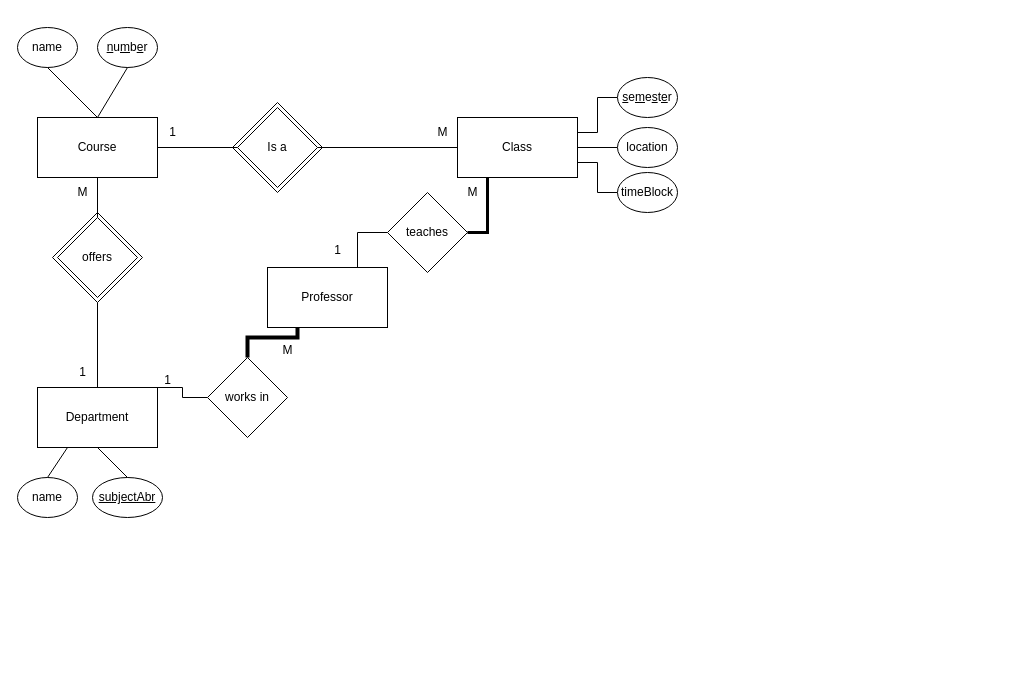
Branden-Frieden/MSD keeps this draw.io diagram as CS6016/Project/CS6016_Phase1.drawio. Above is the earlier version. Source tidied: cells renumbered, new cells numbered last; positions are measured from the earlier drawing's top-left corner, leaving out a move shared by most shapes. Both pictures are drawn from the tidied source at 100%, with x=0, y=0 at pixel (17, 27).
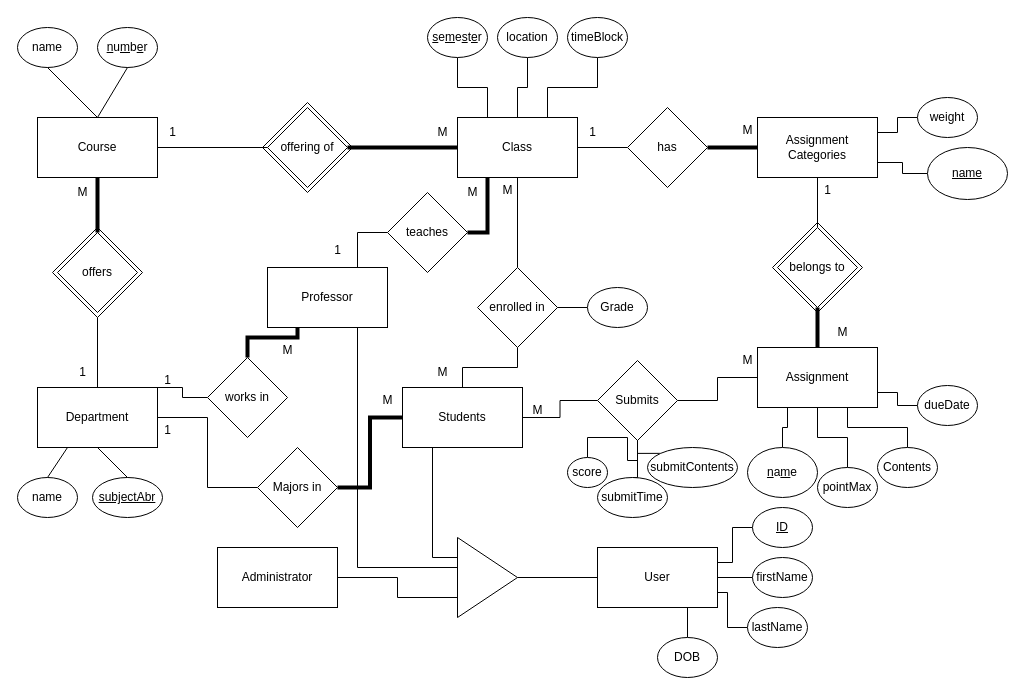
After the change.

The change refers to these unchanged cells:
```xml
<mxCell id="5" value="&lt;div&gt;Department&lt;/div&gt;" style="rounded=0;whiteSpace=wrap;html=1;" parent="1" vertex="1">
  <mxGeometry x="20" y="360" width="120" height="60" as="geometry" />
</mxCell>
<mxCell id="11" value="Course" style="rounded=0;whiteSpace=wrap;html=1;" parent="1" vertex="1">
  <mxGeometry x="20" y="90" width="120" height="60" as="geometry" />
</mxCell>
<mxCell id="21" value="Class" style="rounded=0;whiteSpace=wrap;html=1;" parent="1" vertex="1">
  <mxGeometry x="440" y="90" width="120" height="60" as="geometry" />
</mxCell>
<mxCell id="33" value="Professor" style="rounded=0;whiteSpace=wrap;html=1;" parent="1" vertex="1">
  <mxGeometry x="250" y="240" width="120" height="60" as="geometry" />
</mxCell>
<mxCell id="39" value="teaches" style="rhombus;whiteSpace=wrap;html=1;" parent="1" vertex="1">
  <mxGeometry x="370" y="165" width="80" height="80" as="geometry" />
</mxCell>
```

The edit, as a diff of the source:
```diff
@@
+    <mxCell id="42" style="rhombus;whiteSpace=wrap;html=1;" parent="1" vertex="1">
+      <mxGeometry x="755" y="195" width="90" height="90" as="geometry" />
+    </mxCell>
     <mxCell id="2" style="rhombus;whiteSpace=wrap;html=1;" parent="1" vertex="1">
-      <mxGeometry x="215" y="75" width="90" height="90" as="geometry" />
+      <mxGeometry x="245" y="75" width="90" height="90" as="geometry" />
     </mxCell>
     <mxCell id="3" style="rhombus;whiteSpace=wrap;html=1;" parent="1" vertex="1">
-      <mxGeometry x="35" y="185" width="90" height="90" as="geometry" />
+      <mxGeometry x="35" y="200" width="90" height="90" as="geometry" />
     </mxCell>
@@
     <mxCell id="16" value="offers" style="rhombus;whiteSpace=wrap;html=1;" parent="1" vertex="1">
-      <mxGeometry x="40" y="190" width="80" height="80" as="geometry" />
+      <mxGeometry x="40" y="205" width="80" height="80" as="geometry" />
     </mxCell>
@@
-    <mxCell id="18" style="endArrow=none;html=1;rounded=0;entryX=0.5;entryY=1;entryDx=0;entryDy=0;exitX=0.5;exitY=0;exitDx=0;exitDy=0;" parent="1" edge="1" source="16" target="11">
+    <mxCell id="18" style="endArrow=none;html=1;rounded=0;entryX=0.5;entryY=1;entryDx=0;entryDy=0;exitX=0.5;exitY=0;exitDx=0;exitDy=0;strokeWidth=4;" parent="1" edge="1" source="16" target="11">
       <mxGeometry relative="1" as="geometry" />
     </mxCell>
@@
+    <mxCell id="43" style="edgeStyle=orthogonalEdgeStyle;rounded=0;jettySize=auto;html=1;exitX=0.5;exitY=1;exitDx=0;exitDy=0;entryX=0.5;entryY=0;entryDx=0;entryDy=0;endArrow=none;endFill=0;" parent="1" edge="1" source="21" target="45">
+      <mxGeometry relative="1" as="geometry" />
+    </mxCell>
@@
-    <mxCell id="22" style="edgeStyle=orthogonalEdgeStyle;rounded=0;jettySize=auto;html=1;exitX=1;exitY=0.5;exitDx=0;exitDy=0;endArrow=none;endFill=0;entryX=0;entryY=0.5;entryDx=0;entryDy=0;" parent="1" edge="1" source="23" target="21">
+    <mxCell id="22" style="edgeStyle=orthogonalEdgeStyle;rounded=0;jettySize=auto;html=1;exitX=1;exitY=0.5;exitDx=0;exitDy=0;endArrow=none;endFill=0;entryX=0;entryY=0.5;entryDx=0;entryDy=0;strokeWidth=4;" parent="1" edge="1" source="23" target="21">
       <mxGeometry relative="1" as="geometry" />
     </mxCell>
-    <mxCell id="23" value="Is a" style="rhombus;whiteSpace=wrap;html=1;" parent="1" vertex="1">
-      <mxGeometry x="220" y="80" width="80" height="80" as="geometry" />
+    <mxCell id="23" value="offering of" style="rhombus;whiteSpace=wrap;html=1;" parent="1" vertex="1">
+      <mxGeometry x="250" y="80" width="80" height="80" as="geometry" />
     </mxCell>
@@
-    <mxCell id="26" style="edgeStyle=orthogonalEdgeStyle;rounded=0;jettySize=auto;html=1;exitX=0;exitY=0.5;exitDx=0;exitDy=0;entryX=1;entryY=0.25;entryDx=0;entryDy=0;endArrow=none;endFill=0;" parent="1" edge="1" source="27" target="21">
+    <mxCell id="26" style="edgeStyle=orthogonalEdgeStyle;rounded=0;jettySize=auto;html=1;exitX=0.5;exitY=1;exitDx=0;exitDy=0;entryX=0.25;entryY=0;entryDx=0;entryDy=0;endArrow=none;endFill=0;" parent="1" edge="1" source="27" target="21">
       <mxGeometry relative="1" as="geometry" />
     </mxCell>
     <mxCell id="27" value="&lt;u&gt;s&lt;/u&gt;e&lt;u&gt;m&lt;/u&gt;e&lt;u&gt;s&lt;/u&gt;t&lt;u&gt;e&lt;/u&gt;r" style="ellipse;whiteSpace=wrap;html=1;" parent="1" vertex="1">
-      <mxGeometry x="600" y="50" width="60" height="40" as="geometry" />
+      <mxGeometry x="410" y="-10" width="60" height="40" as="geometry" />
     </mxCell>
-    <mxCell id="28" style="edgeStyle=orthogonalEdgeStyle;rounded=0;jettySize=auto;html=1;exitX=0;exitY=0.5;exitDx=0;exitDy=0;entryX=1;entryY=0.5;entryDx=0;entryDy=0;endArrow=none;endFill=0;" parent="1" edge="1" source="29" target="21">
+    <mxCell id="28" style="edgeStyle=orthogonalEdgeStyle;rounded=0;jettySize=auto;html=1;exitX=0.5;exitY=1;exitDx=0;exitDy=0;entryX=0.5;entryY=0;entryDx=0;entryDy=0;endArrow=none;endFill=0;" parent="1" edge="1" source="29" target="21">
       <mxGeometry relative="1" as="geometry" />
     </mxCell>
     <mxCell id="29" value="location" style="ellipse;whiteSpace=wrap;html=1;" parent="1" vertex="1">
-      <mxGeometry x="600" y="100" width="60" height="40" as="geometry" />
+      <mxGeometry x="480" y="-10" width="60" height="40" as="geometry" />
     </mxCell>
-    <mxCell id="30" style="edgeStyle=orthogonalEdgeStyle;rounded=0;jettySize=auto;html=1;exitX=0;exitY=0.5;exitDx=0;exitDy=0;entryX=1;entryY=0.75;entryDx=0;entryDy=0;endArrow=none;endFill=0;" parent="1" edge="1" source="31" target="21">
+    <mxCell id="30" style="edgeStyle=orthogonalEdgeStyle;rounded=0;jettySize=auto;html=1;exitX=0.5;exitY=1;exitDx=0;exitDy=0;entryX=0.75;entryY=0;entryDx=0;entryDy=0;endArrow=none;endFill=0;" parent="1" edge="1" source="31" target="21">
       <mxGeometry relative="1" as="geometry" />
     </mxCell>
     <mxCell id="31" value="timeBlock" style="ellipse;whiteSpace=wrap;html=1;" parent="1" vertex="1">
-      <mxGeometry x="600" y="145" width="60" height="40" as="geometry" />
+      <mxGeometry x="550" y="-10" width="60" height="40" as="geometry" />
     </mxCell>
@@
-    <mxCell id="38" style="edgeStyle=orthogonalEdgeStyle;rounded=0;jettySize=auto;html=1;exitX=1;exitY=0.5;exitDx=0;exitDy=0;entryX=0.25;entryY=1;entryDx=0;entryDy=0;endArrow=none;endFill=0;strokeWidth=3;" parent="1" edge="1" source="39" target="21">
+    <mxCell id="38" style="edgeStyle=orthogonalEdgeStyle;rounded=0;jettySize=auto;html=1;exitX=1;exitY=0.5;exitDx=0;exitDy=0;entryX=0.25;entryY=1;entryDx=0;entryDy=0;endArrow=none;endFill=0;strokeWidth=4;" parent="1" edge="1" source="39" target="21">
       <mxGeometry relative="1" as="geometry" />
     </mxCell>
@@
+    <mxCell id="44" style="edgeStyle=orthogonalEdgeStyle;rounded=0;jettySize=auto;html=1;exitX=0.5;exitY=1;exitDx=0;exitDy=0;entryX=0.5;entryY=0;entryDx=0;entryDy=0;endArrow=none;endFill=0;" parent="1" edge="1" source="45" target="47">
+      <mxGeometry relative="1" as="geometry" />
+    </mxCell>
+    <mxCell id="45" value="enrolled in" style="rhombus;whiteSpace=wrap;html=1;" parent="1" vertex="1">
+      <mxGeometry x="460" y="240" width="80" height="80" as="geometry" />
+    </mxCell>
+    <mxCell id="46" style="edgeStyle=orthogonalEdgeStyle;rounded=0;jettySize=auto;html=1;exitX=1;exitY=0.5;exitDx=0;exitDy=0;entryX=0;entryY=0.5;entryDx=0;entryDy=0;endArrow=none;endFill=0;" parent="1" edge="1" source="47" target="80">
+      <mxGeometry relative="1" as="geometry" />
+    </mxCell>
+    <mxCell id="47" value="&lt;div&gt;Students&lt;/div&gt;" style="rounded=0;whiteSpace=wrap;html=1;" parent="1" vertex="1">
+      <mxGeometry x="385" y="360" width="120" height="60" as="geometry" />
+    </mxCell>
+    <mxCell id="48" style="edgeStyle=orthogonalEdgeStyle;rounded=0;jettySize=auto;html=1;exitX=0;exitY=0.5;exitDx=0;exitDy=0;entryX=1;entryY=0.5;entryDx=0;entryDy=0;endArrow=none;endFill=0;" parent="1" edge="1" source="49" target="45">
+      <mxGeometry relative="1" as="geometry" />
+    </mxCell>
+    <mxCell id="49" value="Grade" style="ellipse;whiteSpace=wrap;html=1;" parent="1" vertex="1">
+      <mxGeometry x="570" y="260" width="60" height="40" as="geometry" />
+    </mxCell>
+    <mxCell id="50" value="M" style="text;html=1;align=center;verticalAlign=middle;strokeColor=none;fillColor=none;" parent="1" vertex="1">
+      <mxGeometry x="475" y="148" width="30" height="30" as="geometry" />
+    </mxCell>
+    <mxCell id="51" value="M" style="text;html=1;align=center;verticalAlign=middle;strokeColor=none;fillColor=none;" parent="1" vertex="1">
+      <mxGeometry x="410" y="330" width="30" height="30" as="geometry" />
+    </mxCell>
+    <mxCell id="52" value="Assignment Categories" style="rounded=0;whiteSpace=wrap;html=1;" parent="1" vertex="1">
+      <mxGeometry x="740" y="90" width="120" height="60" as="geometry" />
+    </mxCell>
+    <mxCell id="53" style="edgeStyle=orthogonalEdgeStyle;rounded=0;jettySize=auto;html=1;exitX=0;exitY=0.5;exitDx=0;exitDy=0;entryX=1;entryY=0.25;entryDx=0;entryDy=0;endArrow=none;endFill=0;" parent="1" edge="1" source="54" target="52">
+      <mxGeometry relative="1" as="geometry" />
+    </mxCell>
+    <mxCell id="54" value="weight" style="ellipse;whiteSpace=wrap;html=1;" parent="1" vertex="1">
+      <mxGeometry x="900" y="70" width="60" height="40" as="geometry" />
+    </mxCell>
+    <mxCell id="55" style="edgeStyle=orthogonalEdgeStyle;rounded=0;jettySize=auto;html=1;exitX=0;exitY=0.5;exitDx=0;exitDy=0;entryX=1;entryY=0.5;entryDx=0;entryDy=0;endArrow=none;endFill=0;" parent="1" edge="1" source="57" target="21">
+      <mxGeometry relative="1" as="geometry" />
+    </mxCell>
+    <mxCell id="56" style="edgeStyle=orthogonalEdgeStyle;rounded=0;jettySize=auto;html=1;exitX=1;exitY=0.5;exitDx=0;exitDy=0;entryX=0;entryY=0.5;entryDx=0;entryDy=0;endArrow=none;endFill=0;strokeWidth=4;" parent="1" edge="1" source="57" target="52">
+      <mxGeometry relative="1" as="geometry" />
+    </mxCell>
+    <mxCell id="57" value="has" style="rhombus;whiteSpace=wrap;html=1;" parent="1" vertex="1">
+      <mxGeometry x="610" y="80" width="80" height="80" as="geometry" />
+    </mxCell>
+    <mxCell id="58" value="M" style="text;html=1;align=center;verticalAlign=middle;strokeColor=none;fillColor=none;strokeWidth=3;" parent="1" vertex="1">
+      <mxGeometry x="715" y="88" width="30" height="30" as="geometry" />
+    </mxCell>
+    <mxCell id="59" value="1" style="text;html=1;align=center;verticalAlign=middle;strokeColor=none;fillColor=none;" parent="1" vertex="1">
+      <mxGeometry x="560" y="90" width="30" height="30" as="geometry" />
+    </mxCell>
+    <mxCell id="60" style="edgeStyle=orthogonalEdgeStyle;rounded=0;jettySize=auto;html=1;exitX=1;exitY=0.5;exitDx=0;exitDy=0;entryX=0;entryY=0.5;entryDx=0;entryDy=0;endArrow=none;endFill=0;strokeWidth=4;" parent="1" edge="1" source="62" target="47">
+      <mxGeometry relative="1" as="geometry" />
+    </mxCell>
+    <mxCell id="61" style="edgeStyle=orthogonalEdgeStyle;rounded=0;jettySize=auto;html=1;exitX=0;exitY=0.5;exitDx=0;exitDy=0;entryX=1;entryY=0.5;entryDx=0;entryDy=0;endArrow=none;endFill=0;" parent="1" edge="1" source="62" target="5">
+      <mxGeometry relative="1" as="geometry" />
+    </mxCell>
+    <mxCell id="62" value="Majors in" style="rhombus;whiteSpace=wrap;html=1;" parent="1" vertex="1">
+      <mxGeometry x="240" y="420" width="80" height="80" as="geometry" />
+    </mxCell>
+    <mxCell id="63" value="M" style="text;html=1;align=center;verticalAlign=middle;strokeColor=none;fillColor=none;" parent="1" vertex="1">
+      <mxGeometry x="355" y="358" width="30" height="30" as="geometry" />
+    </mxCell>
+    <mxCell id="64" value="1" style="text;html=1;align=center;verticalAlign=middle;strokeColor=none;fillColor=none;" parent="1" vertex="1">
+      <mxGeometry x="135" y="388" width="30" height="30" as="geometry" />
+    </mxCell>
+    <mxCell id="65" style="edgeStyle=orthogonalEdgeStyle;rounded=0;jettySize=auto;html=1;exitX=0.5;exitY=0;exitDx=0;exitDy=0;entryX=0.5;entryY=1;entryDx=0;entryDy=0;endArrow=none;endFill=0;" parent="1" edge="1" source="67" target="52">
+      <mxGeometry relative="1" as="geometry" />
+    </mxCell>
+    <mxCell id="66" style="edgeStyle=orthogonalEdgeStyle;rounded=0;jettySize=auto;html=1;endArrow=none;endFill=0;strokeWidth=4;" parent="1" edge="1" source="67" target="68">
+      <mxGeometry relative="1" as="geometry" />
+    </mxCell>
+    <mxCell id="67" value="belongs to" style="rhombus;whiteSpace=wrap;html=1;" parent="1" vertex="1">
+      <mxGeometry x="760" y="200" width="80" height="80" as="geometry" />
+    </mxCell>
+    <mxCell id="68" value="Assignment" style="rounded=0;whiteSpace=wrap;html=1;" parent="1" vertex="1">
+      <mxGeometry x="740" y="320" width="120" height="60" as="geometry" />
+    </mxCell>
+    <mxCell id="69" value="1" style="text;html=1;align=center;verticalAlign=middle;strokeColor=none;fillColor=none;" parent="1" vertex="1">
+      <mxGeometry x="795" y="148" width="30" height="30" as="geometry" />
+    </mxCell>
+    <mxCell id="70" value="M" style="text;html=1;align=center;verticalAlign=middle;strokeColor=none;fillColor=none;" parent="1" vertex="1">
+      <mxGeometry x="810" y="290" width="30" height="30" as="geometry" />
+    </mxCell>
+    <mxCell id="71" style="edgeStyle=orthogonalEdgeStyle;rounded=0;jettySize=auto;html=1;exitX=0.5;exitY=0;exitDx=0;exitDy=0;entryX=0.25;entryY=1;entryDx=0;entryDy=0;endArrow=none;endFill=0;" parent="1" edge="1" source="72" target="68">
+      <mxGeometry relative="1" as="geometry" />
+    </mxCell>
+    <mxCell id="72" value="&lt;u&gt;n&lt;/u&gt;a&lt;u&gt;m&lt;/u&gt;e" style="ellipse;whiteSpace=wrap;html=1;" parent="1" vertex="1">
+      <mxGeometry x="730" y="420" width="70" height="50" as="geometry" />
+    </mxCell>
+    <mxCell id="73" style="edgeStyle=orthogonalEdgeStyle;rounded=0;jettySize=auto;html=1;exitX=0.5;exitY=0;exitDx=0;exitDy=0;entryX=0.5;entryY=1;entryDx=0;entryDy=0;endArrow=none;endFill=0;" parent="1" edge="1" source="74" target="68">
+      <mxGeometry relative="1" as="geometry" />
+    </mxCell>
+    <mxCell id="74" value="pointMax" style="ellipse;whiteSpace=wrap;html=1;" parent="1" vertex="1">
+      <mxGeometry x="800" y="440" width="60" height="40" as="geometry" />
+    </mxCell>
+    <mxCell id="75" style="edgeStyle=orthogonalEdgeStyle;rounded=0;jettySize=auto;html=1;exitX=0.5;exitY=0;exitDx=0;exitDy=0;entryX=0.75;entryY=1;entryDx=0;entryDy=0;endArrow=none;endFill=0;" parent="1" edge="1" source="76" target="68">
+      <mxGeometry relative="1" as="geometry" />
+    </mxCell>
+    <mxCell id="76" value="Contents" style="ellipse;whiteSpace=wrap;html=1;" parent="1" vertex="1">
+      <mxGeometry x="860" y="420" width="60" height="40" as="geometry" />
+    </mxCell>
+    <mxCell id="77" style="edgeStyle=orthogonalEdgeStyle;rounded=0;jettySize=auto;html=1;exitX=0;exitY=0.5;exitDx=0;exitDy=0;entryX=1;entryY=0.75;entryDx=0;entryDy=0;endArrow=none;endFill=0;" parent="1" edge="1" source="78" target="68">
+      <mxGeometry relative="1" as="geometry" />
+    </mxCell>
+    <mxCell id="78" value="dueDate" style="ellipse;whiteSpace=wrap;html=1;" parent="1" vertex="1">
+      <mxGeometry x="900" y="358" width="60" height="40" as="geometry" />
+    </mxCell>
+    <mxCell id="79" style="edgeStyle=orthogonalEdgeStyle;rounded=0;jettySize=auto;html=1;exitX=1;exitY=0.5;exitDx=0;exitDy=0;entryX=0;entryY=0.5;entryDx=0;entryDy=0;endArrow=none;endFill=0;" parent="1" edge="1" source="80" target="68">
+      <mxGeometry relative="1" as="geometry" />
+    </mxCell>
+    <mxCell id="80" value="Submits" style="rhombus;whiteSpace=wrap;html=1;" parent="1" vertex="1">
+      <mxGeometry x="580" y="333" width="80" height="80" as="geometry" />
+    </mxCell>
+    <mxCell id="81" value="M" style="text;html=1;align=center;verticalAlign=middle;strokeColor=none;fillColor=none;" parent="1" vertex="1">
+      <mxGeometry x="505" y="368" width="30" height="30" as="geometry" />
+    </mxCell>
+    <mxCell id="82" value="M" style="text;html=1;align=center;verticalAlign=middle;strokeColor=none;fillColor=none;" parent="1" vertex="1">
+      <mxGeometry x="715" y="318" width="30" height="30" as="geometry" />
+    </mxCell>
+    <mxCell id="83" style="edgeStyle=orthogonalEdgeStyle;rounded=0;jettySize=auto;html=1;exitX=0.5;exitY=0;exitDx=0;exitDy=0;entryX=0.5;entryY=1;entryDx=0;entryDy=0;endArrow=none;endFill=0;" parent="1" edge="1" source="84" target="80">
+      <mxGeometry relative="1" as="geometry" />
+    </mxCell>
+    <mxCell id="84" value="submitTime" style="ellipse;whiteSpace=wrap;html=1;" parent="1" vertex="1">
+      <mxGeometry x="580" y="450" width="70" height="40" as="geometry" />
+    </mxCell>
+    <mxCell id="85" style="edgeStyle=orthogonalEdgeStyle;rounded=0;jettySize=auto;html=1;exitX=0.5;exitY=0;exitDx=0;exitDy=0;entryX=0.5;entryY=1;entryDx=0;entryDy=0;endArrow=none;endFill=0;" parent="1" edge="1" source="86" target="80">
+      <mxGeometry relative="1" as="geometry" />
+    </mxCell>
+    <mxCell id="86" value="score" style="ellipse;whiteSpace=wrap;html=1;" parent="1" vertex="1">
+      <mxGeometry x="550" y="430" width="40" height="30" as="geometry" />
+    </mxCell>
+    <mxCell id="87" style="edgeStyle=orthogonalEdgeStyle;rounded=0;jettySize=auto;html=1;exitX=0;exitY=0;exitDx=0;exitDy=0;entryX=0.5;entryY=1;entryDx=0;entryDy=0;endArrow=none;endFill=0;" parent="1" edge="1" source="88" target="80">
+      <mxGeometry relative="1" as="geometry" />
+    </mxCell>
+    <mxCell id="88" value="submitContents" style="ellipse;whiteSpace=wrap;html=1;" parent="1" vertex="1">
+      <mxGeometry x="630" y="420" width="90" height="40" as="geometry" />
+    </mxCell>
+    <mxCell id="89" style="edgeStyle=orthogonalEdgeStyle;rounded=0;jettySize=auto;html=1;exitX=1;exitY=0.5;exitDx=0;exitDy=0;entryX=0;entryY=0.75;entryDx=0;entryDy=0;endArrow=none;endFill=0;" parent="1" edge="1" source="90" target="93">
+      <mxGeometry relative="1" as="geometry" />
+    </mxCell>
+    <mxCell id="90" value="&lt;div&gt;Administrator&lt;/div&gt;" style="rounded=0;whiteSpace=wrap;html=1;" parent="1" vertex="1">
+      <mxGeometry x="200" y="520" width="120" height="60" as="geometry" />
+    </mxCell>
+    <mxCell id="91" style="edgeStyle=orthogonalEdgeStyle;rounded=0;jettySize=auto;html=1;exitX=0;exitY=0.5;exitDx=0;exitDy=0;entryX=0.75;entryY=1;entryDx=0;entryDy=0;endArrow=none;endFill=0;" parent="1" edge="1" source="93" target="33">
+      <mxGeometry relative="1" as="geometry">
+        <Array as="points">
+          <mxPoint x="440" y="540" />
+          <mxPoint x="340" y="540" />
+        </Array>
+      </mxGeometry>
+    </mxCell>
+    <mxCell id="92" style="edgeStyle=orthogonalEdgeStyle;rounded=0;jettySize=auto;html=1;exitX=0;exitY=0.25;exitDx=0;exitDy=0;entryX=0.25;entryY=1;entryDx=0;entryDy=0;endArrow=none;endFill=0;" parent="1" edge="1" source="93" target="47">
+      <mxGeometry relative="1" as="geometry" />
+    </mxCell>
+    <mxCell id="93" style="triangle;whiteSpace=wrap;html=1;" parent="1" vertex="1">
+      <mxGeometry x="440" y="510" width="60" height="80" as="geometry" />
+    </mxCell>
+    <mxCell id="94" style="edgeStyle=orthogonalEdgeStyle;rounded=0;jettySize=auto;html=1;exitX=0;exitY=0.5;exitDx=0;exitDy=0;entryX=1;entryY=0.5;entryDx=0;entryDy=0;endArrow=none;endFill=0;" parent="1" edge="1" source="95" target="93">
+      <mxGeometry relative="1" as="geometry" />
+    </mxCell>
+    <mxCell id="95" value="User" style="rounded=0;whiteSpace=wrap;html=1;" parent="1" vertex="1">
+      <mxGeometry x="580" y="520" width="120" height="60" as="geometry" />
+    </mxCell>
+    <mxCell id="96" style="edgeStyle=orthogonalEdgeStyle;rounded=0;jettySize=auto;html=1;exitX=0;exitY=0.5;exitDx=0;exitDy=0;entryX=1;entryY=0.25;entryDx=0;entryDy=0;endArrow=none;endFill=0;" parent="1" edge="1" source="97" target="95">
+      <mxGeometry relative="1" as="geometry" />
+    </mxCell>
+    <mxCell id="97" value="&lt;u&gt;ID&lt;/u&gt;" style="ellipse;whiteSpace=wrap;html=1;" parent="1" vertex="1">
+      <mxGeometry x="735" y="480" width="60" height="40" as="geometry" />
+    </mxCell>
+    <mxCell id="98" style="edgeStyle=orthogonalEdgeStyle;rounded=0;jettySize=auto;html=1;exitX=0;exitY=0.5;exitDx=0;exitDy=0;entryX=1;entryY=0.5;entryDx=0;entryDy=0;endArrow=none;endFill=0;" parent="1" edge="1" source="99" target="95">
+      <mxGeometry relative="1" as="geometry" />
+    </mxCell>
+    <mxCell id="99" value="firstName" style="ellipse;whiteSpace=wrap;html=1;" parent="1" vertex="1">
+      <mxGeometry x="735" y="530" width="60" height="40" as="geometry" />
+    </mxCell>
+    <mxCell id="100" style="edgeStyle=orthogonalEdgeStyle;rounded=0;jettySize=auto;html=1;exitX=0;exitY=0.5;exitDx=0;exitDy=0;entryX=1;entryY=0.75;entryDx=0;entryDy=0;endArrow=none;endFill=0;" parent="1" edge="1" source="101" target="95">
+      <mxGeometry relative="1" as="geometry" />
+    </mxCell>
+    <mxCell id="101" value="lastName" style="ellipse;whiteSpace=wrap;html=1;" parent="1" vertex="1">
+      <mxGeometry x="730" y="580" width="60" height="40" as="geometry" />
+    </mxCell>
+    <mxCell id="102" style="edgeStyle=orthogonalEdgeStyle;rounded=0;jettySize=auto;html=1;exitX=0.5;exitY=0;exitDx=0;exitDy=0;entryX=0.75;entryY=1;entryDx=0;entryDy=0;endArrow=none;endFill=0;" parent="1" edge="1" source="103" target="95">
+      <mxGeometry relative="1" as="geometry" />
+    </mxCell>
+    <mxCell id="103" value="DOB" style="ellipse;whiteSpace=wrap;html=1;" parent="1" vertex="1">
+      <mxGeometry x="640" y="610" width="60" height="40" as="geometry" />
+    </mxCell>
+    <mxCell id="104" style="edgeStyle=orthogonalEdgeStyle;rounded=0;jettySize=auto;html=1;exitX=0;exitY=0.5;exitDx=0;exitDy=0;entryX=1;entryY=0.75;entryDx=0;entryDy=0;endArrow=none;endFill=0;" parent="1" edge="1" source="105" target="52">
+      <mxGeometry relative="1" as="geometry" />
+    </mxCell>
+    <mxCell id="105" value="&lt;u&gt;name&lt;/u&gt;" style="ellipse;whiteSpace=wrap;html=1;" parent="1" vertex="1">
+      <mxGeometry x="910" y="120" width="80" height="52" as="geometry" />
+    </mxCell>
```
